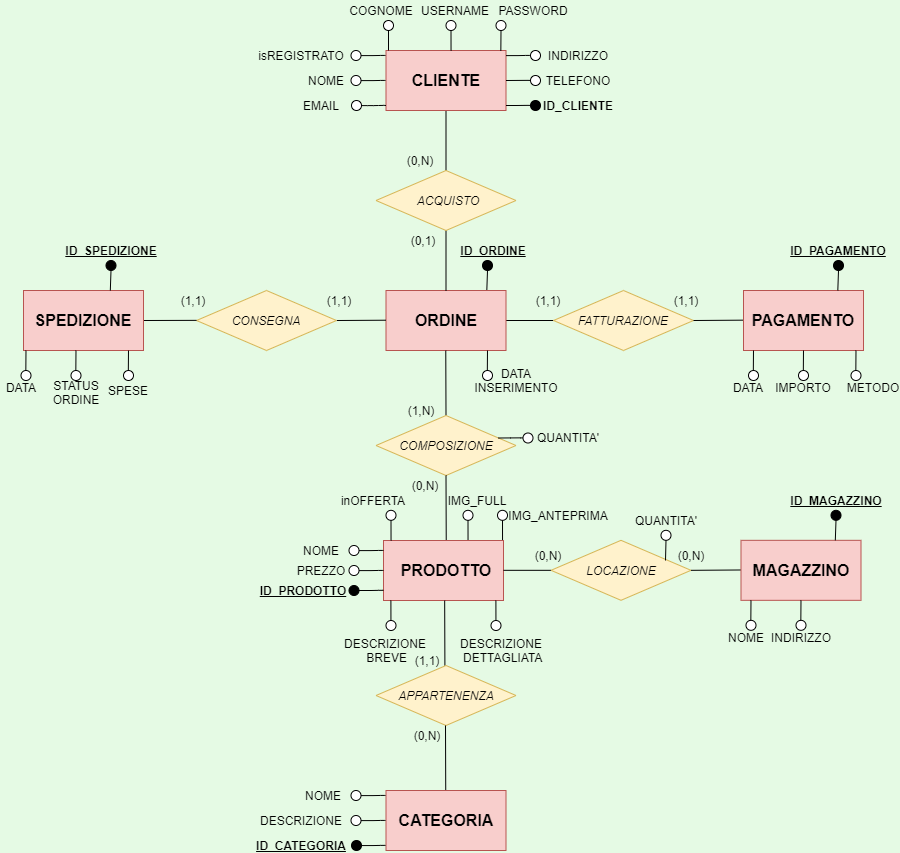
Before: AVA Clothing/ModelloER.png, a diagram exported from draw.io (Alfio00/AVAClothing). Source tidied: cells renumbered, new cells last; positions are measured from the earlier drawing's top-left corner, leaving out a move shared by most shapes.
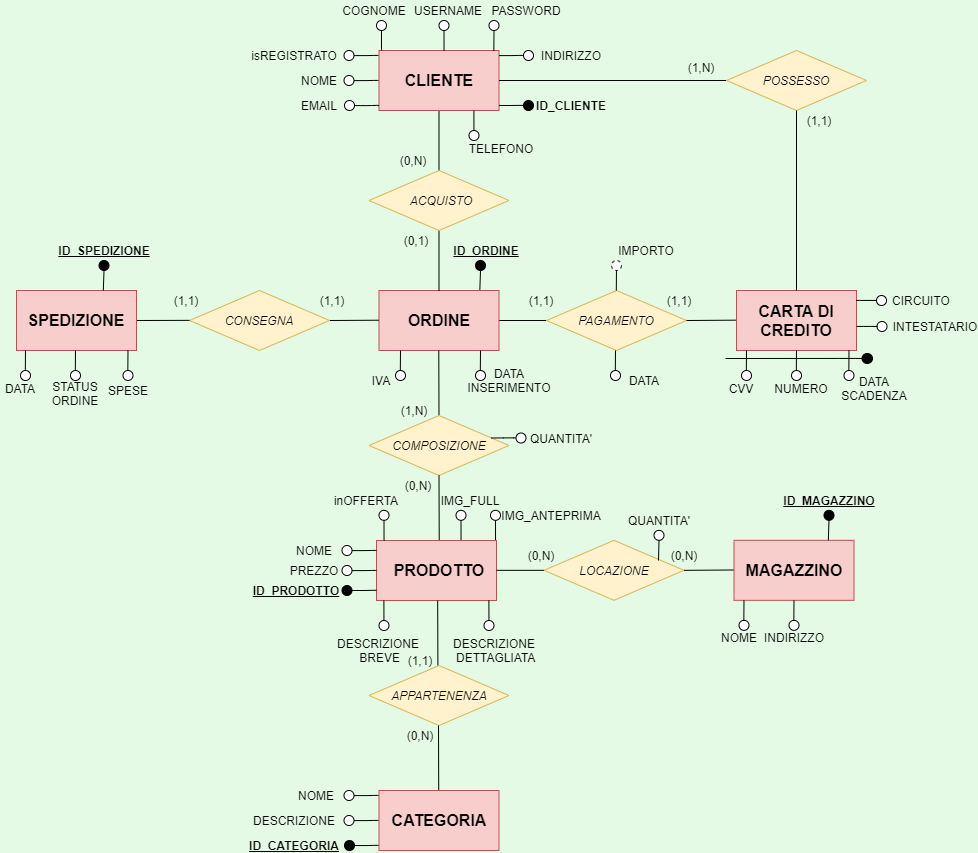
The same file after the commit.

The edit, as a diff of the source:
```diff
@@ -67,24 +67,15 @@
     <mxCell id="21" style="ellipse;whiteSpace=wrap;html=1;" parent="1" vertex="1">
       <mxGeometry x="529" y="50" width="10" height="10" as="geometry" />
     </mxCell>
-    <mxCell id="22" style="endArrow=none;html=1;exitX=1;exitY=0.5;exitDx=0;exitDy=0;" parent="1" edge="1">
-      <mxGeometry relative="1" as="geometry">
-        <mxPoint x="504.5" y="80" as="sourcePoint" />
-        <mxPoint x="532" y="80" as="targetPoint" />
-        <Array as="points">
-          <mxPoint x="526.5" y="79.9" />
-        </Array>
-      </mxGeometry>
-    </mxCell>
-    <mxCell id="23" style="ellipse;whiteSpace=wrap;html=1;" parent="1" vertex="1">
-      <mxGeometry x="529" y="75" width="10" height="10" as="geometry" />
-    </mxCell>
+    <mxCell id="149" style="edgeStyle=orthogonalEdgeStyle;rounded=0;orthogonalLoop=1;jettySize=auto;html=1;exitX=0;exitY=0.5;exitDx=0;exitDy=0;" parent="1" edge="1">
+      <mxGeometry relative="1" as="geometry">
+        <mxPoint x="529" y="80" as="sourcePoint" />
+        <mxPoint x="528.7" y="79.9" as="targetPoint" />
+      </mxGeometry>
+    </mxCell>
     <mxCell id="24" value="INDIRIZZO" style="text;html=1;strokeColor=none;fillColor=none;align=center;verticalAlign=middle;whiteSpace=wrap;rounded=0;" parent="1" vertex="1">
       <mxGeometry x="557" y="45" width="40" height="20" as="geometry" />
     </mxCell>
-    <mxCell id="25" value="TELEFONO" style="text;html=1;strokeColor=none;fillColor=none;align=center;verticalAlign=middle;whiteSpace=wrap;rounded=0;" parent="1" vertex="1">
-      <mxGeometry x="557" y="70" width="40" height="20" as="geometry" />
-    </mxCell>
     <mxCell id="26" style="endArrow=none;html=1;exitX=1;exitY=0.5;exitDx=0;exitDy=0;" parent="1" edge="1">
       <mxGeometry relative="1" as="geometry">
         <mxPoint x="504.5" y="105" as="sourcePoint" />
@@ -102,7 +93,7 @@
       <mxGeometry x="557" y="95" width="40" height="20" as="geometry" />
     </mxCell>
     <mxCell id="29" value="EMAIL" style="text;html=1;strokeColor=none;fillColor=none;align=center;verticalAlign=middle;whiteSpace=wrap;rounded=0;" parent="1" vertex="1">
-      <mxGeometry x="300" y="95" width="40" height="20" as="geometry" />
+      <mxGeometry x="305" y="95" width="40" height="20" as="geometry" />
     </mxCell>
     <mxCell id="30" value="QUANTITA'" style="text;html=1;strokeColor=none;fillColor=none;align=center;verticalAlign=middle;whiteSpace=wrap;rounded=0;" parent="1" vertex="1">
       <mxGeometry x="547" y="427.5" width="40" height="20" as="geometry" />
@@ -125,13 +116,13 @@
     <mxCell id="36" style="endArrow=none;html=1;entryX=1;entryY=0.5;entryDx=0;entryDy=0;exitX=0;exitY=0.5;exitDx=0;exitDy=0;" parent="1" edge="1" source="109" target="63">
       <mxGeometry relative="1" as="geometry" />
     </mxCell>
-    <mxCell id="37" value="ID_PAGAMENTO" style="text;html=1;strokeColor=none;fillColor=none;align=center;verticalAlign=middle;whiteSpace=wrap;rounded=0;fontStyle=5;" parent="1" vertex="1">
-      <mxGeometry x="817" y="240" width="40" height="20" as="geometry" />
+    <mxCell id="37" value="INTESTATARIO&lt;br&gt;" style="text;html=1;align=center;verticalAlign=middle;whiteSpace=wrap;rounded=0;fontStyle=0;" parent="1" vertex="1">
+      <mxGeometry x="920.5" y="316" width="40" height="20" as="geometry" />
     </mxCell>
-    <mxCell id="38" value="IMPORTO" style="text;html=1;strokeColor=none;fillColor=none;align=center;verticalAlign=middle;whiteSpace=wrap;rounded=0;" parent="1" vertex="1">
-      <mxGeometry x="782" y="380" width="40" height="15" as="geometry" />
+    <mxCell id="38" value="NUMERO" style="text;html=1;strokeColor=none;fillColor=none;align=center;verticalAlign=middle;whiteSpace=wrap;rounded=0;" parent="1" vertex="1">
+      <mxGeometry x="787" y="380" width="40" height="15" as="geometry" />
     </mxCell>
-    <mxCell id="39" value="DATA" style="text;html=1;strokeColor=none;fillColor=none;align=center;verticalAlign=middle;whiteSpace=wrap;rounded=0;" parent="1" vertex="1">
+    <mxCell id="39" value="CVV" style="text;html=1;strokeColor=none;fillColor=none;align=center;verticalAlign=middle;whiteSpace=wrap;rounded=0;" parent="1" vertex="1">
       <mxGeometry x="727" y="380" width="40" height="15" as="geometry" />
     </mxCell>
     <mxCell id="40" value="ID_ORDINE" style="text;html=1;strokeColor=none;fillColor=none;align=center;verticalAlign=middle;whiteSpace=wrap;rounded=0;fontStyle=5;" parent="1" vertex="1">
@@ -156,13 +147,13 @@
       <mxGeometry x="89.5" y="245" width="40" height="10" as="geometry" />
     </mxCell>
     <mxCell id="46" value="STATUS ORDINE" style="text;html=1;strokeColor=none;fillColor=none;align=center;verticalAlign=middle;whiteSpace=wrap;rounded=0;" parent="1" vertex="1">
-      <mxGeometry x="54.5" y="387.5" width="40" height="10" as="geometry" />
+      <mxGeometry x="61" y="387.5" width="40" height="10" as="geometry" />
     </mxCell>
     <mxCell id="47" value="SPESE" style="text;html=1;strokeColor=none;fillColor=none;align=center;verticalAlign=middle;whiteSpace=wrap;rounded=0;" parent="1" vertex="1">
-      <mxGeometry x="107" y="380" width="40" height="20" as="geometry" />
+      <mxGeometry x="113.5" y="380" width="40" height="20" as="geometry" />
     </mxCell>
-    <mxCell id="48" value="METODO" style="text;html=1;strokeColor=none;fillColor=none;align=center;verticalAlign=middle;whiteSpace=wrap;rounded=0;" parent="1" vertex="1">
-      <mxGeometry x="852" y="377.5" width="40" height="20" as="geometry" />
+    <mxCell id="48" value="DATA SCADENZA" style="text;html=1;strokeColor=none;fillColor=none;align=center;verticalAlign=middle;whiteSpace=wrap;rounded=0;" parent="1" vertex="1">
+      <mxGeometry x="859.5" y="377.5" width="40" height="20" as="geometry" />
     </mxCell>
     <mxCell id="49" value="IMG_FULL" style="text;html=1;strokeColor=none;fillColor=none;align=center;verticalAlign=middle;whiteSpace=wrap;rounded=0;" parent="1" vertex="1">
       <mxGeometry x="446" y="489.8" width="60" height="20" as="geometry" />
@@ -446,7 +437,7 @@
     <mxCell id="108" style="ellipse;whiteSpace=wrap;html=1;fillColor=#000000;" parent="1" vertex="1">
       <mxGeometry x="350" y="840" width="10" height="10" as="geometry" />
     </mxCell>
-    <mxCell id="109" value="FATTURAZIONE" style="rhombus;whiteSpace=wrap;html=1;fillColor=#fff2cc;strokeColor=#d6b656;fontStyle=2;" parent="1" vertex="1">
+    <mxCell id="109" value="PAGAMENTO" style="rhombus;whiteSpace=wrap;html=1;fillColor=#fff2cc;strokeColor=#d6b656;fontStyle=2;" parent="1" vertex="1">
       <mxGeometry x="552" y="290" width="140" height="60" as="geometry" />
     </mxCell>
     <mxCell id="110" style="endArrow=none;html=1;entryX=1;entryY=0.5;entryDx=0;entryDy=0;exitX=0;exitY=0.5;exitDx=0;exitDy=0;" parent="1" edge="1" target="109">
@@ -454,7 +445,7 @@
         <mxPoint x="742" y="319.7" as="sourcePoint" />
       </mxGeometry>
     </mxCell>
-    <mxCell id="111" value="PAGAMENTO" style="rounded=0;whiteSpace=wrap;html=1;fillColor=#f8cecc;strokeColor=#b85450;fontStyle=1;fontSize=16;" parent="1" vertex="1">
+    <mxCell id="111" value="CARTA DI CREDITO" style="rounded=0;whiteSpace=wrap;html=1;fillColor=#f8cecc;strokeColor=#b85450;fontStyle=1;fontSize=16;" parent="1" vertex="1">
       <mxGeometry x="742" y="290" width="120" height="60" as="geometry" />
     </mxCell>
     <mxCell id="112" style="ellipse;whiteSpace=wrap;html=1;" parent="1" vertex="1">
@@ -484,13 +475,16 @@
         <mxPoint x="801.8" y="370.2" as="targetPoint" />
       </mxGeometry>
     </mxCell>
-    <mxCell id="118" style="ellipse;whiteSpace=wrap;html=1;fillColor=#000000;" parent="1" vertex="1">
-      <mxGeometry x="832" y="260" width="10" height="10" as="geometry" />
+    <mxCell id="118" style="ellipse;whiteSpace=wrap;html=1;" parent="1" vertex="1">
+      <mxGeometry x="882.5" y="321" width="10" height="10" as="geometry" />
     </mxCell>
     <mxCell id="119" style="endArrow=none;html=1;" parent="1" edge="1">
       <mxGeometry relative="1" as="geometry">
-        <mxPoint x="836.3" y="290" as="sourcePoint" />
-        <mxPoint x="837" y="270" as="targetPoint" />
+        <mxPoint x="862" y="325.9" as="sourcePoint" />
+        <mxPoint x="883" y="325.9" as="targetPoint" />
+        <Array as="points">
+          <mxPoint x="869" y="325.9" />
+        </Array>
       </mxGeometry>
     </mxCell>
     <mxCell id="120" style="endArrow=none;html=1;entryX=1;entryY=0.5;entryDx=0;entryDy=0;exitX=0;exitY=0.5;exitDx=0;exitDy=0;" parent="1" edge="1" target="121">
@@ -519,33 +513,33 @@
       </mxGeometry>
     </mxCell>
     <mxCell id="126" value="DATA" style="text;html=1;strokeColor=none;fillColor=none;align=center;verticalAlign=middle;whiteSpace=wrap;rounded=0;" parent="1" vertex="1">
-      <mxGeometry x="-0.5" y="380" width="40" height="15" as="geometry" />
+      <mxGeometry x="6" y="380" width="40" height="15" as="geometry" />
     </mxCell>
     <mxCell id="127" style="ellipse;whiteSpace=wrap;html=1;" parent="1" vertex="1">
-      <mxGeometry x="19.5" y="370" width="10" height="10" as="geometry" />
+      <mxGeometry x="26" y="370" width="10" height="10" as="geometry" />
     </mxCell>
     <mxCell id="128" style="endArrow=none;html=1;entryX=0.957;entryY=0.004;entryDx=0;entryDy=0;entryPerimeter=0;exitX=0.5;exitY=1;exitDx=0;exitDy=0;" parent="1" edge="1">
       <mxGeometry relative="1" as="geometry">
-        <mxPoint x="24.5" y="350" as="sourcePoint" />
-        <mxPoint x="24.3" y="370.2" as="targetPoint" />
+        <mxPoint x="31" y="350" as="sourcePoint" />
+        <mxPoint x="30.8" y="370.2" as="targetPoint" />
       </mxGeometry>
     </mxCell>
     <mxCell id="129" style="ellipse;whiteSpace=wrap;html=1;" parent="1" vertex="1">
-      <mxGeometry x="122" y="370" width="10" height="10" as="geometry" />
+      <mxGeometry x="128.5" y="370" width="10" height="10" as="geometry" />
     </mxCell>
     <mxCell id="130" style="endArrow=none;html=1;entryX=0.957;entryY=0.004;entryDx=0;entryDy=0;entryPerimeter=0;exitX=0.5;exitY=1;exitDx=0;exitDy=0;" parent="1" edge="1">
       <mxGeometry relative="1" as="geometry">
-        <mxPoint x="127" y="350" as="sourcePoint" />
-        <mxPoint x="126.8" y="370.2" as="targetPoint" />
+        <mxPoint x="133.5" y="350" as="sourcePoint" />
+        <mxPoint x="133.3" y="370.2" as="targetPoint" />
       </mxGeometry>
     </mxCell>
     <mxCell id="131" style="ellipse;whiteSpace=wrap;html=1;" parent="1" vertex="1">
-      <mxGeometry x="69.5" y="370" width="10" height="10" as="geometry" />
+      <mxGeometry x="76" y="370" width="10" height="10" as="geometry" />
     </mxCell>
     <mxCell id="132" style="endArrow=none;html=1;entryX=0.957;entryY=0.004;entryDx=0;entryDy=0;entryPerimeter=0;exitX=0.5;exitY=1;exitDx=0;exitDy=0;" parent="1" edge="1">
       <mxGeometry relative="1" as="geometry">
-        <mxPoint x="74.5" y="350" as="sourcePoint" />
-        <mxPoint x="74.3" y="370.2" as="targetPoint" />
+        <mxPoint x="81" y="350" as="sourcePoint" />
+        <mxPoint x="80.8" y="370.2" as="targetPoint" />
       </mxGeometry>
     </mxCell>
     <mxCell id="133" style="endArrow=none;html=1;entryX=1;entryY=0.5;entryDx=0;entryDy=0;exitX=0;exitY=0.5;exitDx=0;exitDy=0;" parent="1" edge="1" source="137">
@@ -618,5 +612,97 @@
         </Array>
       </mxGeometry>
     </mxCell>
+    <mxCell id="150" style="endArrow=none;html=1;entryX=0;entryY=0.5;entryDx=0;entryDy=0;" parent="1" edge="1" source="7" target="152">
+      <mxGeometry relative="1" as="geometry" />
+    </mxCell>
+    <mxCell id="151" value="(1,1)" style="text;html=1;strokeColor=none;fillColor=none;align=center;verticalAlign=middle;whiteSpace=wrap;rounded=0;" parent="1" vertex="1">
+      <mxGeometry x="804.5" y="110" width="40" height="20" as="geometry" />
+    </mxCell>
+    <mxCell id="152" value="POSSESSO" style="rhombus;whiteSpace=wrap;html=1;fillColor=#fff2cc;strokeColor=#d6b656;fontStyle=2;" parent="1" vertex="1">
+      <mxGeometry x="732" y="50" width="140" height="60" as="geometry" />
+    </mxCell>
+    <mxCell id="153" style="endArrow=none;html=1;entryX=0.5;entryY=0;entryDx=0;entryDy=0;" parent="1" edge="1" target="111">
+      <mxGeometry relative="1" as="geometry">
+        <mxPoint x="802" y="110" as="sourcePoint" />
+      </mxGeometry>
+    </mxCell>
+    <mxCell id="154" value="(1,N)" style="text;html=1;strokeColor=none;fillColor=none;align=center;verticalAlign=middle;whiteSpace=wrap;rounded=0;" parent="1" vertex="1">
+      <mxGeometry x="687" y="57" width="40" height="20" as="geometry" />
+    </mxCell>
+    <mxCell id="155" style="ellipse;whiteSpace=wrap;html=1;fillColor=#000000;" parent="1" vertex="1">
+      <mxGeometry x="867.5" y="353" width="10.5" height="10" as="geometry" />
+    </mxCell>
+    <mxCell id="156" style="endArrow=none;html=1;" parent="1" edge="1">
+      <mxGeometry relative="1" as="geometry">
+        <mxPoint x="731" y="358" as="sourcePoint" />
+        <mxPoint x="868" y="357.9" as="targetPoint" />
+        <Array as="points">
+          <mxPoint x="854" y="357.9" />
+        </Array>
+      </mxGeometry>
+    </mxCell>
+    <mxCell id="157" style="ellipse;whiteSpace=wrap;html=1;" parent="1" vertex="1">
+      <mxGeometry x="616" y="370" width="10" height="10" as="geometry" />
+    </mxCell>
+    <mxCell id="158" value="DATA" style="text;html=1;strokeColor=none;fillColor=none;align=center;verticalAlign=middle;whiteSpace=wrap;rounded=0;" parent="1" vertex="1">
+      <mxGeometry x="629.5" y="370" width="40" height="20" as="geometry" />
+    </mxCell>
+    <mxCell id="159" style="endArrow=none;html=1;entryX=0.957;entryY=0.004;entryDx=0;entryDy=0;entryPerimeter=0;exitX=0.5;exitY=1;exitDx=0;exitDy=0;" parent="1" edge="1">
+      <mxGeometry relative="1" as="geometry">
+        <mxPoint x="621" y="350" as="sourcePoint" />
+        <mxPoint x="620.8" y="370.2" as="targetPoint" />
+      </mxGeometry>
+    </mxCell>
+    <mxCell id="160" value="IMPORTO" style="text;html=1;strokeColor=none;fillColor=none;align=center;verticalAlign=middle;whiteSpace=wrap;rounded=0;" parent="1" vertex="1">
+      <mxGeometry x="632" y="240" width="40" height="20" as="geometry" />
+    </mxCell>
+    <mxCell id="161" style="ellipse;whiteSpace=wrap;html=1;dashed=1;" parent="1" vertex="1">
+      <mxGeometry x="617" y="260" width="10" height="10" as="geometry" />
+    </mxCell>
+    <mxCell id="162" style="endArrow=none;html=1;entryX=0.957;entryY=0.004;entryDx=0;entryDy=0;entryPerimeter=0;exitX=0.5;exitY=1;exitDx=0;exitDy=0;" parent="1" edge="1">
+      <mxGeometry relative="1" as="geometry">
+        <mxPoint x="622" y="269.8" as="sourcePoint" />
+        <mxPoint x="621.8" y="290" as="targetPoint" />
+      </mxGeometry>
+    </mxCell>
+    <mxCell id="163" value="CIRCUITO&lt;br&gt;" style="text;html=1;align=center;verticalAlign=middle;whiteSpace=wrap;rounded=0;fontStyle=0;" parent="1" vertex="1">
+      <mxGeometry x="907" y="290" width="40" height="20" as="geometry" />
+    </mxCell>
+    <mxCell id="164" style="ellipse;whiteSpace=wrap;html=1;" parent="1" vertex="1">
+      <mxGeometry x="882" y="295" width="10" height="10" as="geometry" />
+    </mxCell>
+    <mxCell id="165" style="endArrow=none;html=1;" parent="1" edge="1">
+      <mxGeometry relative="1" as="geometry">
+        <mxPoint x="861.5" y="299.9" as="sourcePoint" />
+        <mxPoint x="882.5" y="299.9" as="targetPoint" />
+        <Array as="points">
+          <mxPoint x="868.5" y="299.9" />
+        </Array>
+      </mxGeometry>
+    </mxCell>
+    <mxCell id="25" value="TELEFONO" style="text;html=1;strokeColor=none;fillColor=none;align=center;verticalAlign=middle;whiteSpace=wrap;rounded=0;" parent="1" vertex="1">
+      <mxGeometry x="486.5" y="138" width="40" height="20" as="geometry" />
+    </mxCell>
+    <mxCell id="166" style="endArrow=none;html=1;entryX=0.542;entryY=0.003;entryDx=0;entryDy=0;exitX=0.5;exitY=1;exitDx=0;exitDy=0;entryPerimeter=0;" parent="1" edge="1">
+      <mxGeometry relative="1" as="geometry">
+        <mxPoint x="479.4" y="110" as="sourcePoint" />
+        <mxPoint x="479.4" y="130.2" as="targetPoint" />
+      </mxGeometry>
+    </mxCell>
+    <mxCell id="167" style="ellipse;whiteSpace=wrap;html=1;" parent="1" vertex="1">
+      <mxGeometry x="474.5" y="130" width="10" height="10" as="geometry" />
+    </mxCell>
+    <mxCell id="168" style="ellipse;whiteSpace=wrap;html=1;" parent="1" vertex="1">
+      <mxGeometry x="401" y="370" width="10" height="10" as="geometry" />
+    </mxCell>
+    <mxCell id="169" value="IVA" style="text;html=1;strokeColor=none;fillColor=none;align=center;verticalAlign=middle;whiteSpace=wrap;rounded=0;" parent="1" vertex="1">
+      <mxGeometry x="367" y="370" width="40" height="20" as="geometry" />
+    </mxCell>
+    <mxCell id="170" style="endArrow=none;html=1;entryX=0.957;entryY=0.004;entryDx=0;entryDy=0;entryPerimeter=0;exitX=0.5;exitY=1;exitDx=0;exitDy=0;" parent="1" edge="1">
+      <mxGeometry relative="1" as="geometry">
+        <mxPoint x="406" y="350" as="sourcePoint" />
+        <mxPoint x="405.8" y="370.2" as="targetPoint" />
+      </mxGeometry>
+    </mxCell>
   </root>
 </mxGraphModel>
```
